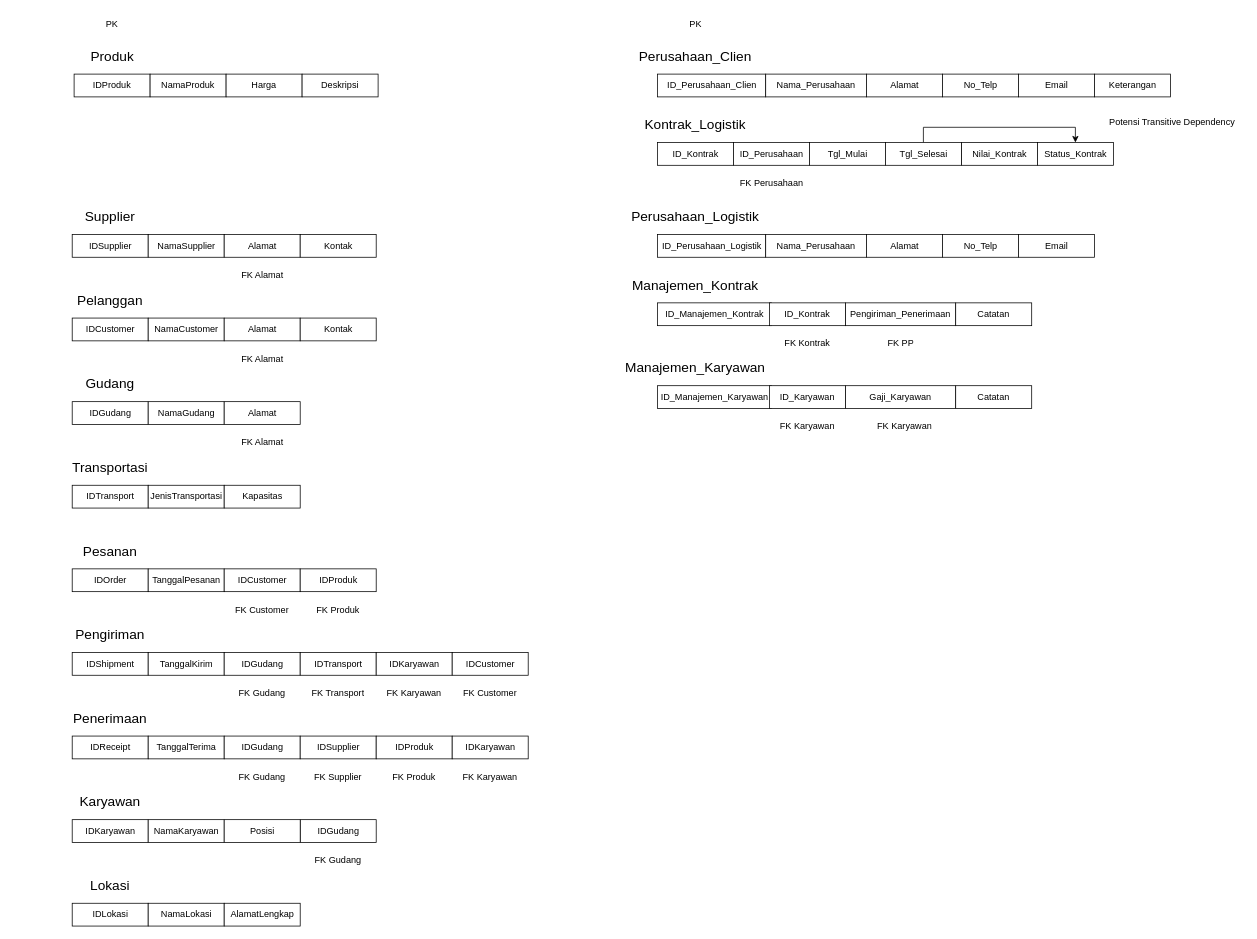
Before: page "Schema Data Model" (2 of 10) of logistic-management-system.drawio in Firzh/semester-3, a draw.io diagram. Source tidied: cells renumbered, new cells numbered last; positions are measured from the earlier drawing's top-left corner, leaving out a move shared by most shapes. Both pictures are drawn from the tidied source at 76%, with x=0, y=0 at pixel (13, 13).
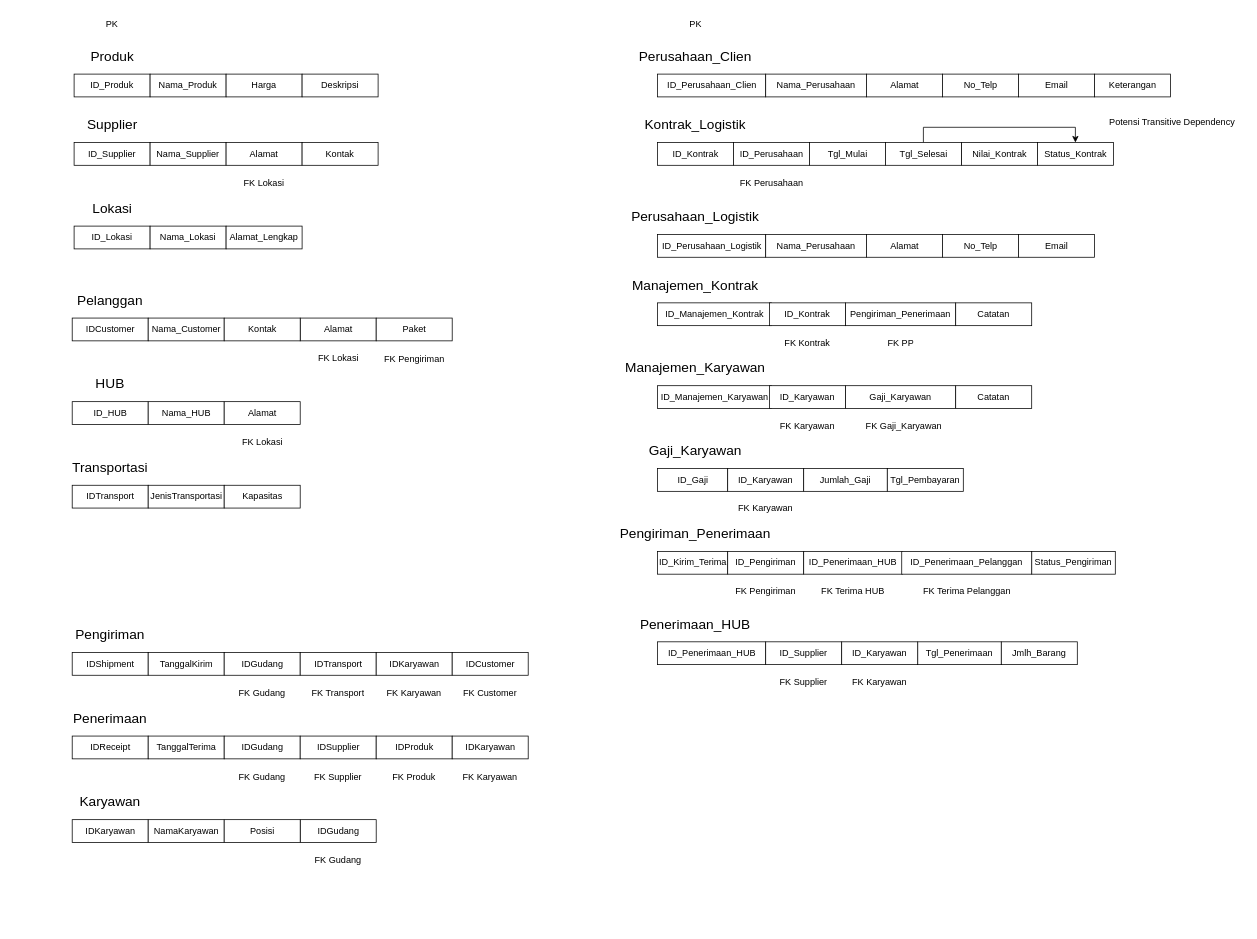
After the change.

Change to the diagram source:
```diff
@@
-    <mxCell id="2" value="IDProduk" style="whiteSpace=wrap;html=1;align=center;" parent="1" vertex="1">
+    <mxCell id="2" value="ID_Produk" style="whiteSpace=wrap;html=1;align=center;" parent="1" vertex="1">
       <mxGeometry x="80" y="80" width="100" height="30" as="geometry" />
     </mxCell>
@@
-    <mxCell id="4" value="NamaProduk" style="whiteSpace=wrap;html=1;align=center;" parent="1" vertex="1">
+    <mxCell id="4" value="Nama_Produk" style="whiteSpace=wrap;html=1;align=center;" parent="1" vertex="1">
       <mxGeometry x="180" y="80" width="100" height="30" as="geometry" />
     </mxCell>
@@
-    <mxCell id="7" value="IDSupplier" style="whiteSpace=wrap;html=1;align=center;" parent="1" vertex="1">
-      <mxGeometry x="77.5" y="291" width="100" height="30" as="geometry" />
+    <mxCell id="7" value="ID_Supplier" style="whiteSpace=wrap;html=1;align=center;" parent="1" vertex="1">
+      <mxGeometry x="80" y="170" width="100" height="30" as="geometry" />
     </mxCell>
     <mxCell id="8" value="&lt;font style=&quot;font-size: 18px;&quot;&gt;Supplier&lt;/font&gt;" style="text;strokeColor=none;fillColor=none;spacingLeft=4;spacingRight=4;overflow=hidden;fontSize=12;whiteSpace=wrap;html=1;align=center;" parent="1" vertex="1">
-      <mxGeometry y="251" width="255" height="30" as="geometry" />
+      <mxGeometry x="2.5" y="130" width="255" height="30" as="geometry" />
     </mxCell>
-    <mxCell id="9" value="NamaSupplier" style="whiteSpace=wrap;html=1;align=center;" parent="1" vertex="1">
-      <mxGeometry x="177.5" y="291" width="100" height="30" as="geometry" />
+    <mxCell id="9" value="Nama_Supplier" style="whiteSpace=wrap;html=1;align=center;" parent="1" vertex="1">
+      <mxGeometry x="180" y="170" width="100" height="30" as="geometry" />
     </mxCell>
     <mxCell id="10" value="Alamat" style="whiteSpace=wrap;html=1;align=center;" parent="1" vertex="1">
-      <mxGeometry x="277.5" y="291" width="100" height="30" as="geometry" />
+      <mxGeometry x="280" y="170" width="100" height="30" as="geometry" />
     </mxCell>
     <mxCell id="11" value="Kontak" style="whiteSpace=wrap;html=1;align=center;" parent="1" vertex="1">
-      <mxGeometry x="377.5" y="291" width="100" height="30" as="geometry" />
+      <mxGeometry x="380" y="170" width="100" height="30" as="geometry" />
     </mxCell>
-    <mxCell id="12" value="FK Alamat" style="text;strokeColor=none;fillColor=none;spacingLeft=4;spacingRight=4;overflow=hidden;fontSize=12;whiteSpace=wrap;html=1;align=center;" parent="1" vertex="1">
-      <mxGeometry x="292.5" y="331" width="70" height="30" as="geometry" />
+    <mxCell id="12" value="FK Lokasi" style="text;strokeColor=none;fillColor=none;spacingLeft=4;spacingRight=4;overflow=hidden;fontSize=12;whiteSpace=wrap;html=1;align=center;" parent="1" vertex="1">
+      <mxGeometry x="295" y="210" width="70" height="30" as="geometry" />
     </mxCell>
@@
-    <mxCell id="16" value="NamaCustomer" style="whiteSpace=wrap;html=1;align=center;" parent="1" vertex="1">
+    <mxCell id="16" value="Nama_Customer" style="whiteSpace=wrap;html=1;align=center;" parent="1" vertex="1">
       <mxGeometry x="177.5" y="401" width="100" height="30" as="geometry" />
     </mxCell>
     <mxCell id="17" value="Alamat" style="whiteSpace=wrap;html=1;align=center;" parent="1" vertex="1">
-      <mxGeometry x="277.5" y="401" width="100" height="30" as="geometry" />
+      <mxGeometry x="377.5" y="401" width="100" height="30" as="geometry" />
     </mxCell>
     <mxCell id="18" value="Kontak" style="whiteSpace=wrap;html=1;align=center;" parent="1" vertex="1">
-      <mxGeometry x="377.5" y="401" width="100" height="30" as="geometry" />
+      <mxGeometry x="277.5" y="401" width="100" height="30" as="geometry" />
     </mxCell>
-    <mxCell id="19" value="FK Alamat" style="text;strokeColor=none;fillColor=none;spacingLeft=4;spacingRight=4;overflow=hidden;fontSize=12;whiteSpace=wrap;html=1;align=center;" parent="1" vertex="1">
-      <mxGeometry x="292.5" y="441" width="70" height="30" as="geometry" />
+    <mxCell id="19" value="FK Lokasi" style="text;strokeColor=none;fillColor=none;spacingLeft=4;spacingRight=4;overflow=hidden;fontSize=12;whiteSpace=wrap;html=1;align=center;" parent="1" vertex="1">
+      <mxGeometry x="392.5" y="440" width="70" height="31" as="geometry" />
     </mxCell>
-    <mxCell id="20" value="IDGudang" style="whiteSpace=wrap;html=1;align=center;" parent="1" vertex="1">
+    <mxCell id="20" value="ID_HUB" style="whiteSpace=wrap;html=1;align=center;" parent="1" vertex="1">
       <mxGeometry x="77.5" y="511" width="100" height="30" as="geometry" />
     </mxCell>
-    <mxCell id="21" value="&lt;font style=&quot;font-size: 18px;&quot;&gt;Gudang&lt;/font&gt;" style="text;strokeColor=none;fillColor=none;spacingLeft=4;spacingRight=4;overflow=hidden;fontSize=12;whiteSpace=wrap;html=1;align=center;" parent="1" vertex="1">
+    <mxCell id="21" value="&lt;font style=&quot;font-size: 18px;&quot;&gt;HUB&lt;/font&gt;" style="text;strokeColor=none;fillColor=none;spacingLeft=4;spacingRight=4;overflow=hidden;fontSize=12;whiteSpace=wrap;html=1;align=center;" parent="1" vertex="1">
       <mxGeometry y="471" width="255" height="30" as="geometry" />
     </mxCell>
-    <mxCell id="22" value="NamaGudang" style="whiteSpace=wrap;html=1;align=center;" parent="1" vertex="1">
+    <mxCell id="22" value="Nama_HUB" style="whiteSpace=wrap;html=1;align=center;" parent="1" vertex="1">
       <mxGeometry x="177.5" y="511" width="100" height="30" as="geometry" />
     </mxCell>
@@
-    <mxCell id="24" value="FK Alamat" style="text;strokeColor=none;fillColor=none;spacingLeft=4;spacingRight=4;overflow=hidden;fontSize=12;whiteSpace=wrap;html=1;align=center;" parent="1" vertex="1">
+    <mxCell id="24" value="FK Lokasi" style="text;strokeColor=none;fillColor=none;spacingLeft=4;spacingRight=4;overflow=hidden;fontSize=12;whiteSpace=wrap;html=1;align=center;" parent="1" vertex="1">
       <mxGeometry x="292.5" y="551" width="70" height="30" as="geometry" />
     </mxCell>
@@
-    <mxCell id="29" value="IDOrder" style="whiteSpace=wrap;html=1;align=center;" parent="1" vertex="1">
-      <mxGeometry x="77.5" y="731" width="100" height="30" as="geometry" />
-    </mxCell>
-    <mxCell id="30" value="&lt;font style=&quot;font-size: 18px;&quot;&gt;Pesanan&lt;/font&gt;" style="text;strokeColor=none;fillColor=none;spacingLeft=4;spacingRight=4;overflow=hidden;fontSize=12;whiteSpace=wrap;html=1;align=center;" parent="1" vertex="1">
-      <mxGeometry y="691" width="255" height="30" as="geometry" />
-    </mxCell>
-    <mxCell id="31" value="TanggalPesanan" style="whiteSpace=wrap;html=1;align=center;" parent="1" vertex="1">
-      <mxGeometry x="177.5" y="731" width="100" height="30" as="geometry" />
-    </mxCell>
-    <mxCell id="32" value="IDCustomer" style="whiteSpace=wrap;html=1;align=center;" parent="1" vertex="1">
-      <mxGeometry x="277.5" y="731" width="100" height="30" as="geometry" />
-    </mxCell>
-    <mxCell id="33" value="IDProduk" style="whiteSpace=wrap;html=1;align=center;" parent="1" vertex="1">
-      <mxGeometry x="377.5" y="731" width="100" height="30" as="geometry" />
-    </mxCell>
-    <mxCell id="34" value="FK Customer" style="text;strokeColor=none;fillColor=none;spacingLeft=4;spacingRight=4;overflow=hidden;fontSize=12;whiteSpace=wrap;html=1;align=center;" parent="1" vertex="1">
-      <mxGeometry x="280" y="771" width="95" height="30" as="geometry" />
-    </mxCell>
-    <mxCell id="35" value="FK Produk" style="text;strokeColor=none;fillColor=none;spacingLeft=4;spacingRight=4;overflow=hidden;fontSize=12;whiteSpace=wrap;html=1;align=center;" parent="1" vertex="1">
-      <mxGeometry x="380" y="771" width="95" height="30" as="geometry" />
-    </mxCell>
@@
-    <mxCell id="62" value="IDLokasi" style="whiteSpace=wrap;html=1;align=center;" parent="1" vertex="1">
-      <mxGeometry x="77.5" y="1171" width="100" height="30" as="geometry" />
+    <mxCell id="62" value="ID_Lokasi" style="whiteSpace=wrap;html=1;align=center;" parent="1" vertex="1">
+      <mxGeometry x="80" y="280" width="100" height="30" as="geometry" />
     </mxCell>
     <mxCell id="63" value="&lt;font style=&quot;font-size: 18px;&quot;&gt;Lokasi&lt;/font&gt;" style="text;strokeColor=none;fillColor=none;spacingLeft=4;spacingRight=4;overflow=hidden;fontSize=12;whiteSpace=wrap;html=1;align=center;" parent="1" vertex="1">
-      <mxGeometry y="1131" width="255" height="30" as="geometry" />
+      <mxGeometry x="2.5" y="240" width="255" height="30" as="geometry" />
     </mxCell>
-    <mxCell id="64" value="NamaLokasi" style="whiteSpace=wrap;html=1;align=center;" parent="1" vertex="1">
-      <mxGeometry x="177.5" y="1171" width="100" height="30" as="geometry" />
+    <mxCell id="64" value="Nama_Lokasi" style="whiteSpace=wrap;html=1;align=center;" parent="1" vertex="1">
+      <mxGeometry x="180" y="280" width="100" height="30" as="geometry" />
     </mxCell>
-    <mxCell id="65" value="AlamatLengkap" style="whiteSpace=wrap;html=1;align=center;" parent="1" vertex="1">
-      <mxGeometry x="277.5" y="1171" width="100" height="30" as="geometry" />
+    <mxCell id="65" value="Alamat_Lengkap" style="whiteSpace=wrap;html=1;align=center;" parent="1" vertex="1">
+      <mxGeometry x="280" y="280" width="100" height="30" as="geometry" />
     </mxCell>
@@
-    <mxCell id="104" value="FK Karyawan" style="text;strokeColor=none;fillColor=none;spacingLeft=4;spacingRight=4;overflow=hidden;fontSize=12;whiteSpace=wrap;html=1;align=center;" parent="1" vertex="1">
-      <mxGeometry x="1123.8" y="529" width="97.5" height="30" as="geometry" />
+    <mxCell id="104" value="FK Gaji_Karyawan" style="text;strokeColor=none;fillColor=none;spacingLeft=4;spacingRight=4;overflow=hidden;fontSize=12;whiteSpace=wrap;html=1;align=center;" parent="1" vertex="1">
+      <mxGeometry x="1109.4" y="529" width="126.2" height="30" as="geometry" />
     </mxCell>
@@
+    <mxCell id="106" value="ID_Gaji" style="whiteSpace=wrap;html=1;align=center;" parent="1" vertex="1">
+      <mxGeometry x="847.5" y="599" width="92.5" height="30" as="geometry" />
+    </mxCell>
+    <mxCell id="107" value="&lt;font style=&quot;font-size: 18px;&quot;&gt;Gaji_Karyawan&lt;/font&gt;" style="text;strokeColor=none;fillColor=none;spacingLeft=4;spacingRight=4;overflow=hidden;fontSize=12;whiteSpace=wrap;html=1;align=center;" parent="1" vertex="1">
+      <mxGeometry x="770" y="559" width="255" height="30" as="geometry" />
+    </mxCell>
+    <mxCell id="108" value="ID_Karyawan" style="whiteSpace=wrap;html=1;align=center;" parent="1" vertex="1">
+      <mxGeometry x="940" y="599" width="100" height="30" as="geometry" />
+    </mxCell>
+    <mxCell id="109" value="Jumlah_Gaji" style="whiteSpace=wrap;html=1;align=center;" parent="1" vertex="1">
+      <mxGeometry x="1040" y="599" width="110" height="30" as="geometry" />
+    </mxCell>
+    <mxCell id="110" value="FK Karyawan" style="text;strokeColor=none;fillColor=none;spacingLeft=4;spacingRight=4;overflow=hidden;fontSize=12;whiteSpace=wrap;html=1;align=center;" parent="1" vertex="1">
+      <mxGeometry x="941.2" y="638" width="97.5" height="30" as="geometry" />
+    </mxCell>
+    <mxCell id="111" value="Tgl_Pembayaran" style="whiteSpace=wrap;html=1;align=center;" parent="1" vertex="1">
+      <mxGeometry x="1150" y="599" width="100" height="30" as="geometry" />
+    </mxCell>
+    <mxCell id="112" value="ID_Kirim_Terima" style="whiteSpace=wrap;html=1;align=center;" parent="1" vertex="1">
+      <mxGeometry x="847.5" y="708" width="92.5" height="30" as="geometry" />
+    </mxCell>
+    <mxCell id="113" value="&lt;font style=&quot;font-size: 18px;&quot;&gt;Pengiriman_Penerimaan&lt;/font&gt;" style="text;strokeColor=none;fillColor=none;spacingLeft=4;spacingRight=4;overflow=hidden;fontSize=12;whiteSpace=wrap;html=1;align=center;" parent="1" vertex="1">
+      <mxGeometry x="770" y="668" width="255" height="30" as="geometry" />
+    </mxCell>
+    <mxCell id="114" value="ID_Pengiriman" style="whiteSpace=wrap;html=1;align=center;" parent="1" vertex="1">
+      <mxGeometry x="940" y="708" width="100" height="30" as="geometry" />
+    </mxCell>
+    <mxCell id="115" value="Status_Pengiriman" style="whiteSpace=wrap;html=1;align=center;" parent="1" vertex="1">
+      <mxGeometry x="1340" y="708" width="110" height="30" as="geometry" />
+    </mxCell>
+    <mxCell id="116" value="FK Pengiriman" style="text;strokeColor=none;fillColor=none;spacingLeft=4;spacingRight=4;overflow=hidden;fontSize=12;whiteSpace=wrap;html=1;align=center;" parent="1" vertex="1">
+      <mxGeometry x="941.2" y="747" width="97.5" height="30" as="geometry" />
+    </mxCell>
+    <mxCell id="117" value="ID_Penerimaan_HUB" style="whiteSpace=wrap;html=1;align=center;" parent="1" vertex="1">
+      <mxGeometry x="1040" y="708" width="130" height="30" as="geometry" />
+    </mxCell>
+    <mxCell id="118" value="FK Terima HUB" style="text;strokeColor=none;fillColor=none;spacingLeft=4;spacingRight=4;overflow=hidden;fontSize=12;whiteSpace=wrap;html=1;align=center;" parent="1" vertex="1">
+      <mxGeometry x="1056.2" y="747" width="97.5" height="30" as="geometry" />
+    </mxCell>
+    <mxCell id="119" value="ID_Penerimaan_Pelanggan" style="whiteSpace=wrap;html=1;align=center;" parent="1" vertex="1">
+      <mxGeometry x="1169" y="708" width="171" height="30" as="geometry" />
+    </mxCell>
+    <mxCell id="120" value="FK Terima Pelanggan" style="text;strokeColor=none;fillColor=none;spacingLeft=4;spacingRight=4;overflow=hidden;fontSize=12;whiteSpace=wrap;html=1;align=center;" parent="1" vertex="1">
+      <mxGeometry x="1187.6" y="747" width="133.8" height="30" as="geometry" />
+    </mxCell>
+    <mxCell id="121" value="Paket" style="whiteSpace=wrap;html=1;align=center;" parent="1" vertex="1">
+      <mxGeometry x="477.5" y="401" width="100" height="30" as="geometry" />
+    </mxCell>
+    <mxCell id="122" value="FK Pengiriman" style="text;strokeColor=none;fillColor=none;spacingLeft=4;spacingRight=4;overflow=hidden;fontSize=12;whiteSpace=wrap;html=1;align=center;" parent="1" vertex="1">
+      <mxGeometry x="478.8" y="441" width="97.5" height="30" as="geometry" />
+    </mxCell>
+    <mxCell id="123" value="ID_Penerimaan_HUB" style="whiteSpace=wrap;html=1;align=center;" parent="1" vertex="1">
+      <mxGeometry x="847.5" y="827" width="142.5" height="30" as="geometry" />
+    </mxCell>
+    <mxCell id="124" value="&lt;font style=&quot;font-size: 18px;&quot;&gt;Penerimaan_HUB&lt;/font&gt;" style="text;strokeColor=none;fillColor=none;spacingLeft=4;spacingRight=4;overflow=hidden;fontSize=12;whiteSpace=wrap;html=1;align=center;" parent="1" vertex="1">
+      <mxGeometry x="770" y="787" width="255" height="30" as="geometry" />
+    </mxCell>
+    <mxCell id="125" value="ID_Supplier" style="whiteSpace=wrap;html=1;align=center;" parent="1" vertex="1">
+      <mxGeometry x="990" y="827" width="100" height="30" as="geometry" />
+    </mxCell>
+    <mxCell id="126" value="Tgl_Penerimaan" style="whiteSpace=wrap;html=1;align=center;" parent="1" vertex="1">
+      <mxGeometry x="1190" y="827" width="110" height="30" as="geometry" />
+    </mxCell>
+    <mxCell id="127" value="FK Supplier" style="text;strokeColor=none;fillColor=none;spacingLeft=4;spacingRight=4;overflow=hidden;fontSize=12;whiteSpace=wrap;html=1;align=center;" parent="1" vertex="1">
+      <mxGeometry x="991.2" y="866" width="97.5" height="30" as="geometry" />
+    </mxCell>
+    <mxCell id="128" value="Jmlh_Barang" style="whiteSpace=wrap;html=1;align=center;" parent="1" vertex="1">
+      <mxGeometry x="1300" y="827" width="100" height="30" as="geometry" />
+    </mxCell>
+    <mxCell id="129" value="ID_Karyawan" style="whiteSpace=wrap;html=1;align=center;" parent="1" vertex="1">
+      <mxGeometry x="1090" y="827" width="100" height="30" as="geometry" />
+    </mxCell>
+    <mxCell id="130" value="FK Karyawan" style="text;strokeColor=none;fillColor=none;spacingLeft=4;spacingRight=4;overflow=hidden;fontSize=12;whiteSpace=wrap;html=1;align=center;" parent="1" vertex="1">
+      <mxGeometry x="1091.2" y="866" width="97.5" height="30" as="geometry" />
+    </mxCell>
```
